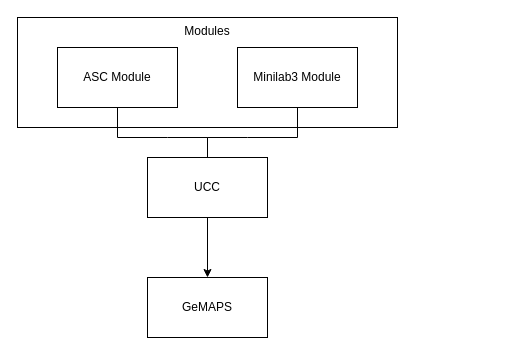
Earlier version of the draw.io diagram drawio/ucc.drawio (ThomasColin1/rapport_pfe). Source tidied: cells renumbered, new cells numbered last; positions are measured from the earlier drawing's top-left corner, leaving out a move shared by most shapes. Both pictures are drawn from the tidied source at 100%, with x=0, y=0 at pixel (17, 17).
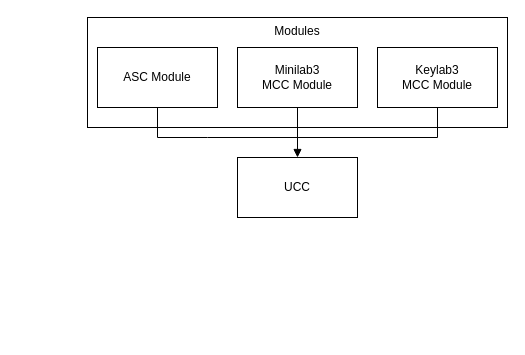
Above is the later version.

What changed in the source:
```diff
@@
 <mxGraphModel>
   <root>
     <mxCell id="0" />
     <mxCell id="1" parent="0" />
     <mxCell id="2" value="Modules" style="whiteSpace=wrap;html=1;verticalAlign=top;" parent="1" vertex="1">
-      <mxGeometry width="380" height="110" as="geometry" />
+      <mxGeometry x="70" width="420" height="110" as="geometry" />
     </mxCell>
-    <mxCell id="3" style="edgeStyle=none;html=1;endArrow=none;endFill=0;exitX=0.5;exitY=1;exitDx=0;exitDy=0;rounded=0;" parent="1" edge="1" source="4" target="7">
+    <mxCell id="3" style="edgeStyle=none;html=1;endArrow=none;endFill=0;exitX=0.5;exitY=1;exitDx=0;exitDy=0;rounded=0;" parent="1" edge="1" source="4">
       <mxGeometry relative="1" as="geometry">
+        <mxPoint x="280" y="120" as="targetPoint" />
         <Array as="points">
-          <mxPoint x="100" y="120" />
-          <mxPoint x="150" y="120" />
+          <mxPoint x="140" y="120" />
           <mxPoint x="190" y="120" />
         </Array>
       </mxGeometry>
     </mxCell>
     <mxCell id="4" value="ASC Module" style="whiteSpace=wrap;html=1;" parent="1" vertex="1">
-      <mxGeometry x="40" y="30" width="120" height="60" as="geometry" />
+      <mxGeometry x="80" y="30" width="120" height="60" as="geometry" />
     </mxCell>
-    <mxCell id="5" value="Minilab3 Module" style="whiteSpace=wrap;html=1;" parent="1" vertex="1">
+    <mxCell id="5" value="Minilab3 &lt;br&gt;MCC Module" style="whiteSpace=wrap;html=1;" parent="1" vertex="1">
       <mxGeometry x="220" y="30" width="120" height="60" as="geometry" />
     </mxCell>
-    <mxCell id="6" style="edgeStyle=none;html=1;" parent="1" edge="1" source="7" target="8">
-      <mxGeometry relative="1" as="geometry" />
-    </mxCell>
     <mxCell id="7" value="UCC" style="whiteSpace=wrap;html=1;" parent="1" vertex="1">
-      <mxGeometry x="130" y="140" width="120" height="60" as="geometry" />
+      <mxGeometry x="220" y="140" width="120" height="60" as="geometry" />
     </mxCell>
-    <mxCell id="8" value="GeMAPS&lt;br&gt;" style="whiteSpace=wrap;html=1;" parent="1" vertex="1">
-      <mxGeometry x="130" y="260" width="120" height="60" as="geometry" />
-    </mxCell>
-    <mxCell id="9" style="edgeStyle=none;html=1;endArrow=none;endFill=0;exitX=0.5;exitY=1;exitDx=0;exitDy=0;entryX=0.5;entryY=0;entryDx=0;entryDy=0;rounded=0;" parent="1" edge="1" source="5" target="7">
+    <mxCell id="9" style="edgeStyle=none;html=1;endArrow=block;endFill=1;exitX=0.5;exitY=1;exitDx=0;exitDy=0;entryX=0.5;entryY=0;entryDx=0;entryDy=0;rounded=0;" parent="1" edge="1" source="5" target="7">
       <mxGeometry relative="1" as="geometry">
         <Array as="points">
           <mxPoint x="280" y="120" />
-          <mxPoint x="230" y="120" />
-          <mxPoint x="190" y="120" />
         </Array>
       </mxGeometry>
     </mxCell>
+    <mxCell id="10" value="Keylab3 &lt;br&gt;MCC Module" style="whiteSpace=wrap;html=1;" parent="1" vertex="1">
+      <mxGeometry x="360" y="30" width="120" height="60" as="geometry" />
+    </mxCell>
+    <mxCell id="11" style="edgeStyle=none;html=1;endArrow=none;endFill=0;exitX=0.5;exitY=1;exitDx=0;exitDy=0;rounded=0;" parent="1" edge="1" source="10">
+      <mxGeometry relative="1" as="geometry">
+        <mxPoint x="260" y="120" as="targetPoint" />
+        <Array as="points">
+          <mxPoint x="420" y="120" />
+          <mxPoint x="280" y="120" />
+        </Array>
+      </mxGeometry>
+    </mxCell>
   </root>
 </mxGraphModel>
```
